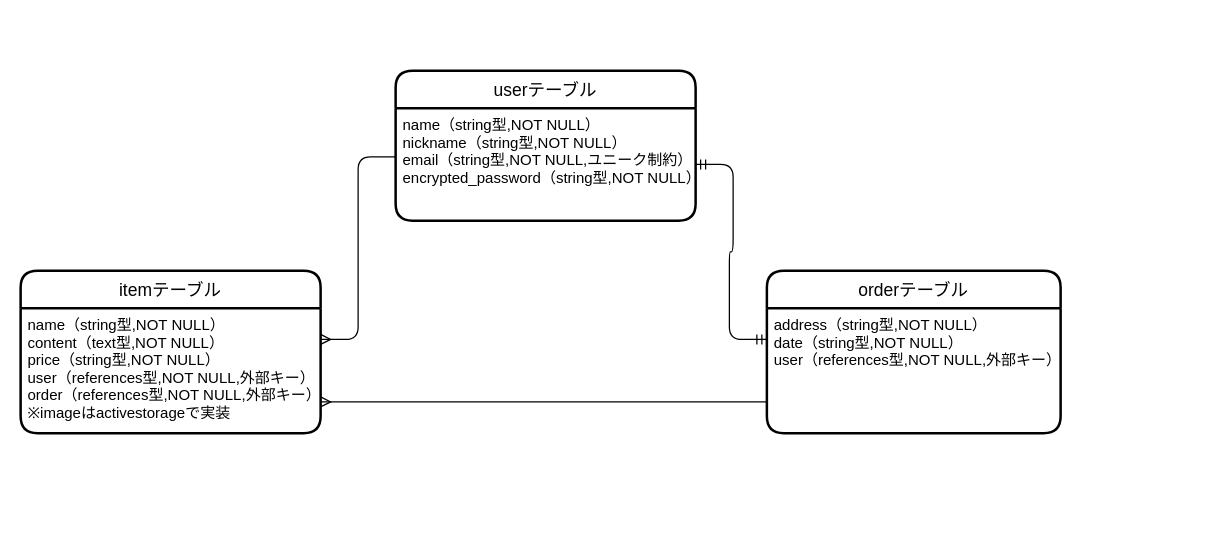
sugisanize/furima-38529 keeps this draw.io diagram as furima.dio. Above is the earlier version. Source tidied: cells renumbered, new cells numbered last; positions are measured from the earlier drawing's top-left corner, leaving out a move shared by most shapes. Both pictures are drawn from the tidied source at 125%, with x=0, y=0 at pixel (20, 70).
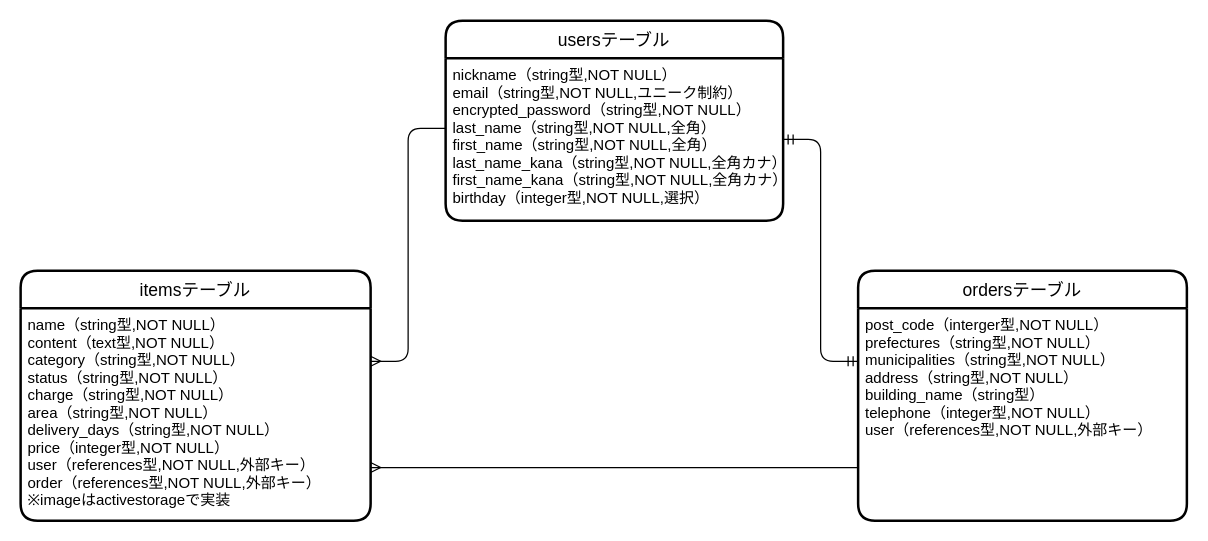
Above is the later version.

Commit message (it also covers changes not shown here):
データベース設計（修正#1）

The edit, as a diff of the source:
```diff
@@
 <mxGraphModel>
   <root>
     <mxCell id="0" />
     <mxCell id="1" parent="0" />
-    <mxCell id="2" value="userテーブル" style="swimlane;horizontal=1;startSize=30;rounded=1;fontSize=14;fontStyle=0;strokeWidth=2;shadow=0;dashed=0;align=center;" parent="1" vertex="1">
-      <mxGeometry x="300" width="240" height="120" as="geometry" />
+    <mxCell id="2" value="usersテーブル" style="swimlane;horizontal=1;startSize=30;rounded=1;fontSize=14;fontStyle=0;strokeWidth=2;shadow=0;dashed=0;align=center;" parent="1" vertex="1">
+      <mxGeometry x="340" y="-40" width="270" height="160" as="geometry" />
     </mxCell>
-    <mxCell id="3" value="name（string型,NOT NULL）&#10;nickname（string型,NOT NULL）&#10;email（string型,NOT NULL,ユニーク制約）&#10;encrypted_password（string型,NOT NULL）" style="align=left;strokeColor=none;fillColor=none;spacingLeft=4;fontSize=12;verticalAlign=top;" parent="2" vertex="1">
-      <mxGeometry y="30" width="240" height="90" as="geometry" />
+    <mxCell id="3" value="nickname（string型,NOT NULL）&#10;email（string型,NOT NULL,ユニーク制約）&#10;encrypted_password（string型,NOT NULL）&#10;last_name（string型,NOT NULL,全角）&#10;first_name（string型,NOT NULL,全角）&#10;last_name_kana（string型,NOT NULL,全角カナ）&#10;first_name_kana（string型,NOT NULL,全角カナ）&#10;birthday（integer型,NOT NULL,選択）" style="align=left;strokeColor=none;fillColor=none;spacingLeft=4;fontSize=12;verticalAlign=top;" parent="2" vertex="1">
+      <mxGeometry y="30" width="270" height="130" as="geometry" />
     </mxCell>
-    <mxCell id="4" value="itemテーブル" style="swimlane;horizontal=1;startSize=30;rounded=1;fontSize=14;fontStyle=0;strokeWidth=2;shadow=0;dashed=0;align=center;" parent="1" vertex="1">
-      <mxGeometry y="160" width="240" height="130" as="geometry" />
+    <mxCell id="4" value="itemsテーブル" style="swimlane;horizontal=1;startSize=30;rounded=1;fontSize=14;fontStyle=0;strokeWidth=2;shadow=0;dashed=0;align=center;" parent="1" vertex="1">
+      <mxGeometry y="160" width="280" height="200" as="geometry" />
     </mxCell>
-    <mxCell id="5" value="name（string型,NOT NULL）&#10;content（text型,NOT NULL）&#10;price（string型,NOT NULL）&#10;user（references型,NOT NULL,外部キー）&#10;order（references型,NOT NULL,外部キー）&#10;※imageはactivestorageで実装" style="align=left;strokeColor=none;fillColor=none;spacingLeft=4;fontSize=12;verticalAlign=top;" parent="4" vertex="1">
-      <mxGeometry y="30" width="240" height="100" as="geometry" />
+    <mxCell id="5" value="name（string型,NOT NULL）&#10;content（text型,NOT NULL）&#10;category（string型,NOT NULL）&#10;status（string型,NOT NULL）&#10;charge（string型,NOT NULL）&#10;area（string型,NOT NULL）&#10;delivery_days（string型,NOT NULL）&#10;price（integer型,NOT NULL）&#10;user（references型,NOT NULL,外部キー）&#10;order（references型,NOT NULL,外部キー）&#10;※imageはactivestorageで実装" style="align=left;strokeColor=none;fillColor=none;spacingLeft=4;fontSize=12;verticalAlign=top;" parent="4" vertex="1">
+      <mxGeometry y="30" width="280" height="170" as="geometry" />
     </mxCell>
-    <mxCell id="6" value="orderテーブル" style="swimlane;horizontal=1;startSize=30;rounded=1;fontSize=14;fontStyle=0;strokeWidth=2;shadow=0;dashed=0;align=center;" parent="1" vertex="1">
-      <mxGeometry x="597" y="160" width="235" height="130" as="geometry" />
+    <mxCell id="6" value="ordersテーブル" style="swimlane;horizontal=1;startSize=30;rounded=1;fontSize=14;fontStyle=0;strokeWidth=2;shadow=0;dashed=0;align=center;" parent="1" vertex="1">
+      <mxGeometry x="670" y="160" width="263" height="200" as="geometry" />
     </mxCell>
-    <mxCell id="7" value="address（string型,NOT NULL）&#10;date（string型,NOT NULL）&#10;user（references型,NOT NULL,外部キー）" style="align=left;strokeColor=none;fillColor=none;spacingLeft=4;fontSize=12;verticalAlign=top;" parent="6" vertex="1">
-      <mxGeometry y="30" width="235" height="100" as="geometry" />
+    <mxCell id="7" value="post_code（interger型,NOT NULL）&#10;prefectures（string型,NOT NULL）&#10;municipalities（string型,NOT NULL）&#10;address（string型,NOT NULL）&#10;building_name（string型）&#10;telephone（integer型,NOT NULL）&#10;user（references型,NOT NULL,外部キー）" style="align=left;strokeColor=none;fillColor=none;spacingLeft=4;fontSize=12;verticalAlign=top;" parent="6" vertex="1">
+      <mxGeometry y="30" width="263" height="170" as="geometry" />
     </mxCell>
     <mxCell id="8" style="edgeStyle=entityRelationEdgeStyle;fontSize=12;html=1;endArrow=ERmany;entryX=1;entryY=0.25;entryDx=0;entryDy=0;exitX=0;exitY=0.433;exitDx=0;exitDy=0;exitPerimeter=0;" parent="1" edge="1" source="3" target="5">
       <mxGeometry relative="1" as="geometry" />
     </mxCell>
     <mxCell id="9" style="edgeStyle=entityRelationEdgeStyle;fontSize=12;html=1;endArrow=ERmany;exitX=0;exitY=0.75;exitDx=0;exitDy=0;entryX=1;entryY=0.75;entryDx=0;entryDy=0;" parent="1" edge="1" source="7" target="5">
       <mxGeometry relative="1" as="geometry" />
     </mxCell>
     <mxCell id="10" style="edgeStyle=entityRelationEdgeStyle;fontSize=12;html=1;endArrow=ERmandOne;startArrow=ERmandOne;entryX=0;entryY=0.25;entryDx=0;entryDy=0;exitX=1;exitY=0.5;exitDx=0;exitDy=0;" parent="1" edge="1" source="3" target="7">
       <mxGeometry relative="1" as="geometry" />
     </mxCell>
   </root>
 </mxGraphModel>
```
